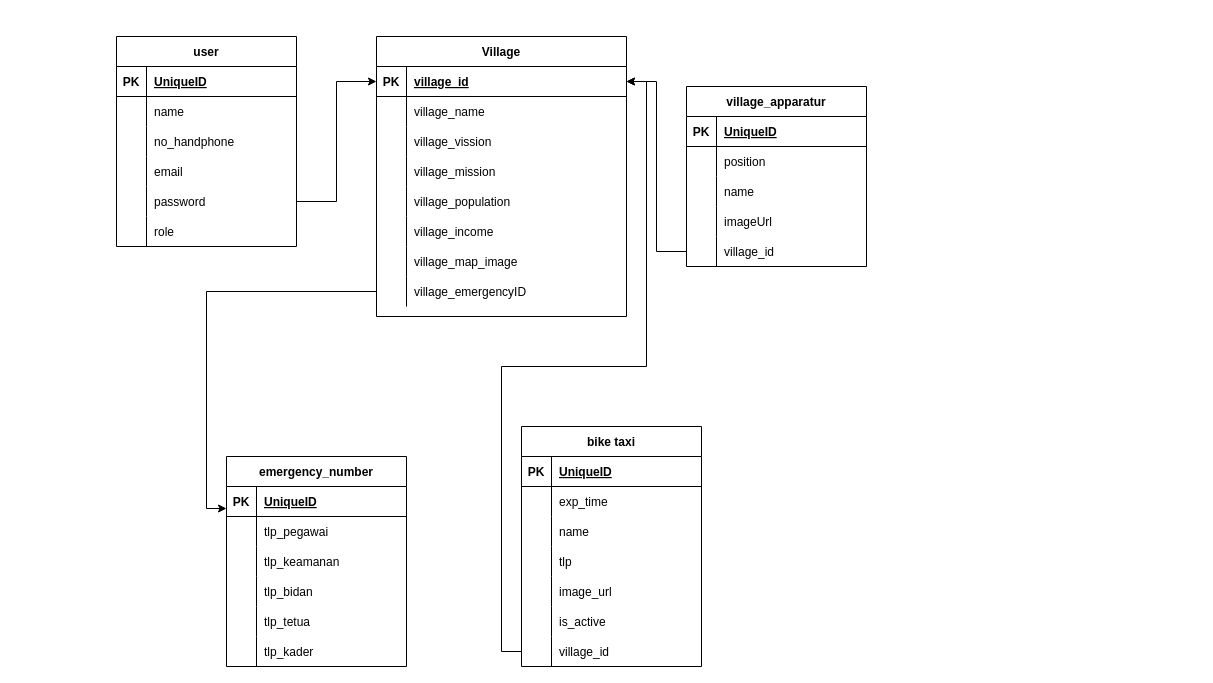
This is db-design/digital desa.drawio from faisal0901/etentity, a draw.io file, before an edit. Source tidied: cells renumbered, new cells numbered last; positions are measured from the earlier drawing's top-left corner, leaving out a move shared by most shapes. Both pictures are drawn from the tidied source at 100%, with x=0, y=0 at pixel (116, 36).
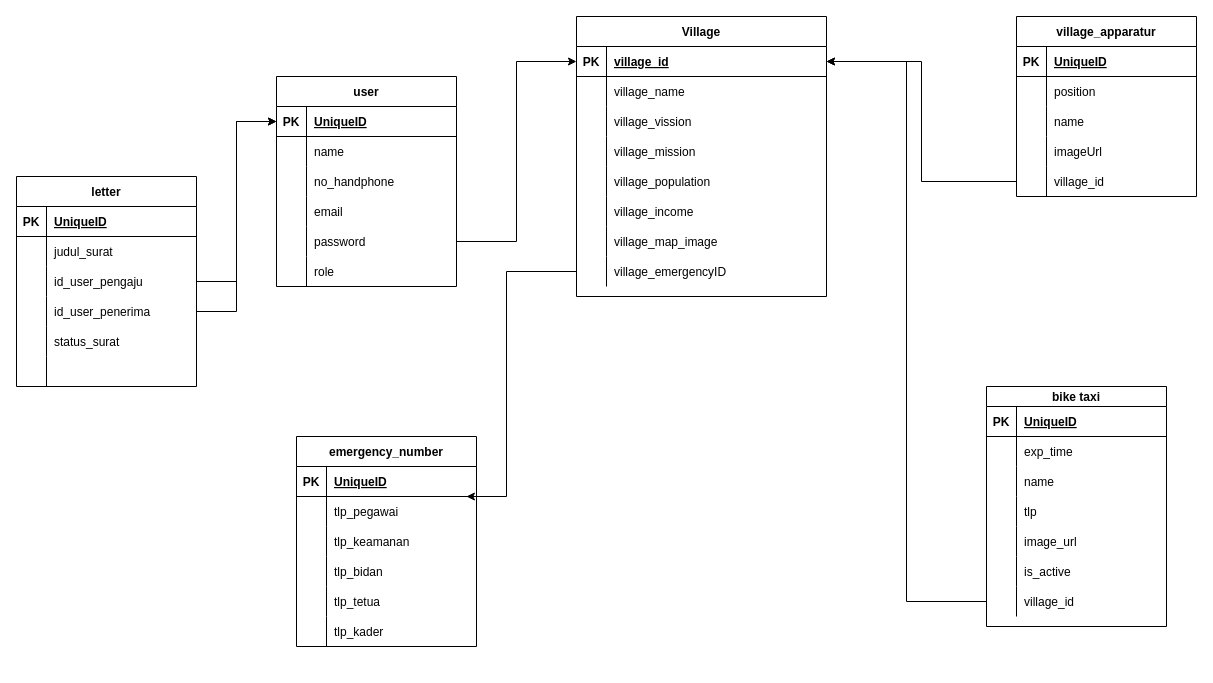
After the change.

Commit message:
tambah table letter

Unchanged cells that the change refers to:
```xml
<mxCell id="24" style="shape=partialRectangle;fillColor=none;points=[[0,0.5],[1,0.5]];portConstraint=eastwest;top=0;left=0;right=0;bottom=0;" parent="2" vertex="1">
  <mxGeometry y="240" width="250" height="30" as="geometry" />
</mxCell>
<mxCell id="45" style="shape=tableRow;horizontal=0;startSize=0;swimlaneHead=0;swimlaneBody=0;fillColor=none;points=[[0,0.5],[1,0.5]];portConstraint=eastwest;top=0;left=0;right=0;bottom=1;" parent="44" vertex="1">
  <mxGeometry y="30" width="180" height="30" as="geometry" />
</mxCell>
<mxCell id="66" style="shape=tableRow;horizontal=0;startSize=0;swimlaneHead=0;swimlaneBody=0;fillColor=none;points=[[0,0.5],[1,0.5]];portConstraint=eastwest;top=0;left=0;right=0;bottom=1;" parent="65" vertex="1">
  <mxGeometry y="30" width="180" height="30" as="geometry" />
</mxCell>
<mxCell id="69" style="shape=tableRow;horizontal=0;startSize=0;swimlaneHead=0;swimlaneBody=0;fillColor=none;points=[[0,0.5],[1,0.5]];portConstraint=eastwest;top=0;left=0;right=0;bottom=0;" parent="65" vertex="1">
  <mxGeometry y="60" width="180" height="30" as="geometry" />
</mxCell>
```

What changed in the source:
```diff
@@
     <mxCell id="2" value="Village" style="shape=table;startSize=30;childLayout=tableLayout;rowLines=0;fontStyle=1;align=center;" parent="1" vertex="1">
-      <mxGeometry x="260" width="250" height="280" as="geometry" />
+      <mxGeometry x="460" y="-20" width="250" height="280" as="geometry" />
     </mxCell>
@@
     <mxCell id="27" value="village_apparatur" style="shape=table;startSize=30;childLayout=tableLayout;rowLines=0;fontStyle=1;align=center;" parent="1" vertex="1">
-      <mxGeometry x="570" y="50" width="180" height="180" as="geometry" />
+      <mxGeometry x="900" y="-20" width="180" height="180" as="geometry" />
     </mxCell>
@@
     <mxCell id="44" value="user" style="shape=table;startSize=30;childLayout=tableLayout;rowLines=0;fontStyle=1;align=center;" parent="1" vertex="1">
-      <mxGeometry width="180" height="210" as="geometry" />
+      <mxGeometry x="160" y="40" width="180" height="210" as="geometry" />
     </mxCell>
@@
-    <mxCell id="64" style="edgeStyle=orthogonalEdgeStyle;rounded=0;jettySize=auto;html=1;entryX=0;entryY=0.733;entryDx=0;entryDy=0;entryPerimeter=0;" parent="1" edge="1" source="24" target="66">
-      <mxGeometry relative="1" as="geometry">
-        <Array as="points">
-          <mxPoint x="90" y="255" />
-          <mxPoint x="90" y="472" />
-        </Array>
-      </mxGeometry>
-    </mxCell>
     <mxCell id="65" value="emergency_number" style="shape=table;startSize=30;childLayout=tableLayout;rowLines=0;fontStyle=1;align=center;" parent="1" vertex="1">
-      <mxGeometry x="110" y="420" width="180" height="210" as="geometry" />
+      <mxGeometry x="180" y="400" width="180" height="210" as="geometry" />
     </mxCell>
@@
-    <mxCell id="84" value="bike taxi" style="shape=table;startSize=30;childLayout=tableLayout;rowLines=0;fontStyle=1;align=center;" parent="1" vertex="1">
-      <mxGeometry x="405" y="390" width="180" height="240" as="geometry" />
+    <mxCell id="84" value="bike taxi" style="shape=table;startSize=20;childLayout=tableLayout;rowLines=0;fontStyle=1;align=center;" parent="1" vertex="1">
+      <mxGeometry x="870" y="350" width="180" height="240" as="geometry" />
     </mxCell>
     <mxCell id="85" style="shape=tableRow;horizontal=0;startSize=0;swimlaneHead=0;swimlaneBody=0;fillColor=none;top=0;left=0;right=0;bottom=1;" parent="84" vertex="1">
-      <mxGeometry y="30" width="180" height="30" as="geometry" />
+      <mxGeometry y="20" width="180" height="30" as="geometry" />
     </mxCell>
@@
     <mxCell id="88" style="shape=tableRow;horizontal=0;startSize=0;swimlaneHead=0;swimlaneBody=0;fillColor=none;top=0;left=0;right=0;bottom=0;" parent="84" vertex="1">
-      <mxGeometry y="60" width="180" height="30" as="geometry" />
+      <mxGeometry y="50" width="180" height="30" as="geometry" />
     </mxCell>
@@
     <mxCell id="91" style="shape=tableRow;horizontal=0;startSize=0;swimlaneHead=0;swimlaneBody=0;fillColor=none;top=0;left=0;right=0;bottom=0;" parent="84" vertex="1">
-      <mxGeometry y="90" width="180" height="30" as="geometry" />
+      <mxGeometry y="80" width="180" height="30" as="geometry" />
     </mxCell>
@@
     <mxCell id="94" style="shape=tableRow;horizontal=0;startSize=0;swimlaneHead=0;swimlaneBody=0;fillColor=none;top=0;left=0;right=0;bottom=0;" parent="84" vertex="1">
-      <mxGeometry y="120" width="180" height="30" as="geometry" />
+      <mxGeometry y="110" width="180" height="30" as="geometry" />
     </mxCell>
@@
     <mxCell id="97" style="shape=tableRow;horizontal=0;startSize=0;swimlaneHead=0;swimlaneBody=0;fillColor=none;top=0;left=0;right=0;bottom=0;" parent="84" vertex="1">
-      <mxGeometry y="150" width="180" height="30" as="geometry" />
+      <mxGeometry y="140" width="180" height="30" as="geometry" />
     </mxCell>
@@
     <mxCell id="100" style="shape=tableRow;horizontal=0;startSize=0;swimlaneHead=0;swimlaneBody=0;fillColor=none;top=0;left=0;right=0;bottom=0;" parent="84" vertex="1">
-      <mxGeometry y="180" width="180" height="30" as="geometry" />
+      <mxGeometry y="170" width="180" height="30" as="geometry" />
     </mxCell>
@@
     <mxCell id="103" style="shape=tableRow;horizontal=0;startSize=0;swimlaneHead=0;swimlaneBody=0;fillColor=none;points=[[0,0.5],[1,0.5]];portConstraint=eastwest;top=0;left=0;right=0;bottom=0;" parent="84" vertex="1">
-      <mxGeometry y="210" width="180" height="30" as="geometry" />
+      <mxGeometry y="200" width="180" height="30" as="geometry" />
     </mxCell>
@@
+    <mxCell id="107" value="letter" style="shape=table;startSize=30;childLayout=tableLayout;rowLines=0;fontStyle=1;align=center;" parent="1" vertex="1">
+      <mxGeometry x="-100" y="140" width="180" height="210" as="geometry" />
+    </mxCell>
+    <mxCell id="108" style="shape=tableRow;horizontal=0;startSize=0;swimlaneHead=0;swimlaneBody=0;fillColor=none;top=0;left=0;right=0;bottom=1;" parent="107" vertex="1">
+      <mxGeometry y="30" width="180" height="30" as="geometry" />
+    </mxCell>
+    <mxCell id="109" value="PK" style="shape=partialRectangle;fillColor=none;top=0;left=0;bottom=0;right=0;fontStyle=1;overflow=hidden;" parent="108" vertex="1">
+      <mxGeometry width="30" height="30" as="geometry" />
+    </mxCell>
+    <mxCell id="110" value="UniqueID" style="shape=partialRectangle;fillColor=none;top=0;left=0;bottom=0;right=0;align=left;spacingLeft=6;fontStyle=5;overflow=hidden;" parent="108" vertex="1">
+      <mxGeometry x="30" width="150" height="30" as="geometry" />
+    </mxCell>
+    <mxCell id="111" style="shape=tableRow;horizontal=0;startSize=0;swimlaneHead=0;swimlaneBody=0;fillColor=none;top=0;left=0;right=0;bottom=0;" parent="107" vertex="1">
+      <mxGeometry y="60" width="180" height="30" as="geometry" />
+    </mxCell>
+    <mxCell id="112" style="shape=partialRectangle;fillColor=none;top=0;left=0;bottom=0;right=0;overflow=hidden;" parent="111" vertex="1">
+      <mxGeometry width="30" height="30" as="geometry" />
+    </mxCell>
+    <mxCell id="113" value="judul_surat" style="shape=partialRectangle;fillColor=none;top=0;left=0;bottom=0;right=0;align=left;spacingLeft=6;overflow=hidden;" parent="111" vertex="1">
+      <mxGeometry x="30" width="150" height="30" as="geometry" />
+    </mxCell>
+    <mxCell id="114" style="shape=tableRow;horizontal=0;startSize=0;swimlaneHead=0;swimlaneBody=0;fillColor=none;points=[[0,0.5],[1,0.5]];portConstraint=eastwest;top=0;left=0;right=0;bottom=0;" parent="107" vertex="1">
+      <mxGeometry y="90" width="180" height="30" as="geometry" />
+    </mxCell>
+    <mxCell id="115" style="shape=partialRectangle;fillColor=none;top=0;left=0;bottom=0;right=0;overflow=hidden;" parent="114" vertex="1">
+      <mxGeometry width="30" height="30" as="geometry" />
+    </mxCell>
+    <mxCell id="116" value="id_user_pengaju" style="shape=partialRectangle;fillColor=none;top=0;left=0;bottom=0;right=0;align=left;spacingLeft=6;overflow=hidden;" parent="114" vertex="1">
+      <mxGeometry x="30" width="150" height="30" as="geometry" />
+    </mxCell>
+    <mxCell id="117" style="shape=tableRow;horizontal=0;startSize=0;swimlaneHead=0;swimlaneBody=0;fillColor=none;points=[[0,0.5],[1,0.5]];portConstraint=eastwest;top=0;left=0;right=0;bottom=0;" parent="107" vertex="1">
+      <mxGeometry y="120" width="180" height="30" as="geometry" />
+    </mxCell>
+    <mxCell id="118" style="shape=partialRectangle;fillColor=none;top=0;left=0;bottom=0;right=0;overflow=hidden;" parent="117" vertex="1">
+      <mxGeometry width="30" height="30" as="geometry" />
+    </mxCell>
+    <mxCell id="119" value="id_user_penerima" style="shape=partialRectangle;fillColor=none;top=0;left=0;bottom=0;right=0;align=left;spacingLeft=6;overflow=hidden;" parent="117" vertex="1">
+      <mxGeometry x="30" width="150" height="30" as="geometry" />
+    </mxCell>
+    <mxCell id="120" style="shape=tableRow;horizontal=0;startSize=0;swimlaneHead=0;swimlaneBody=0;fillColor=none;top=0;left=0;right=0;bottom=0;" parent="107" vertex="1">
+      <mxGeometry y="150" width="180" height="30" as="geometry" />
+    </mxCell>
+    <mxCell id="121" style="shape=partialRectangle;fillColor=none;top=0;left=0;bottom=0;right=0;overflow=hidden;" parent="120" vertex="1">
+      <mxGeometry width="30" height="30" as="geometry" />
+    </mxCell>
+    <mxCell id="122" value="status_surat" style="shape=partialRectangle;fillColor=none;top=0;left=0;bottom=0;right=0;align=left;spacingLeft=6;overflow=hidden;" parent="120" vertex="1">
+      <mxGeometry x="30" width="150" height="30" as="geometry" />
+    </mxCell>
+    <mxCell id="123" style="shape=tableRow;horizontal=0;startSize=0;swimlaneHead=0;swimlaneBody=0;fillColor=none;top=0;left=0;right=0;bottom=0;" parent="107" vertex="1">
+      <mxGeometry y="180" width="180" height="30" as="geometry" />
+    </mxCell>
+    <mxCell id="124" style="shape=partialRectangle;fillColor=none;top=0;left=0;bottom=0;right=0;overflow=hidden;" parent="123" vertex="1">
+      <mxGeometry width="30" height="30" as="geometry" />
+    </mxCell>
+    <mxCell id="125" style="shape=partialRectangle;fillColor=none;top=0;left=0;bottom=0;right=0;align=left;spacingLeft=6;overflow=hidden;" parent="123" vertex="1">
+      <mxGeometry x="30" width="150" height="30" as="geometry" />
+    </mxCell>
+    <mxCell id="126" style="edgeStyle=orthogonalEdgeStyle;rounded=0;jettySize=auto;html=1;entryX=0;entryY=0.5;entryDx=0;entryDy=0;" parent="1" edge="1" source="114" target="45">
+      <mxGeometry relative="1" as="geometry" />
+    </mxCell>
+    <mxCell id="127" style="edgeStyle=orthogonalEdgeStyle;rounded=0;jettySize=auto;html=1;entryX=0;entryY=0.5;entryDx=0;entryDy=0;" parent="1" edge="1" source="117" target="45">
+      <mxGeometry relative="1" as="geometry" />
+    </mxCell>
+    <mxCell id="128" style="edgeStyle=orthogonalEdgeStyle;rounded=0;jettySize=auto;html=1;entryX=0.944;entryY=0;entryDx=0;entryDy=0;entryPerimeter=0;" parent="1" edge="1" source="24" target="69">
+      <mxGeometry relative="1" as="geometry">
+        <Array as="points">
+          <mxPoint x="390" y="235" />
+          <mxPoint x="390" y="460" />
+        </Array>
+      </mxGeometry>
+    </mxCell>
```
